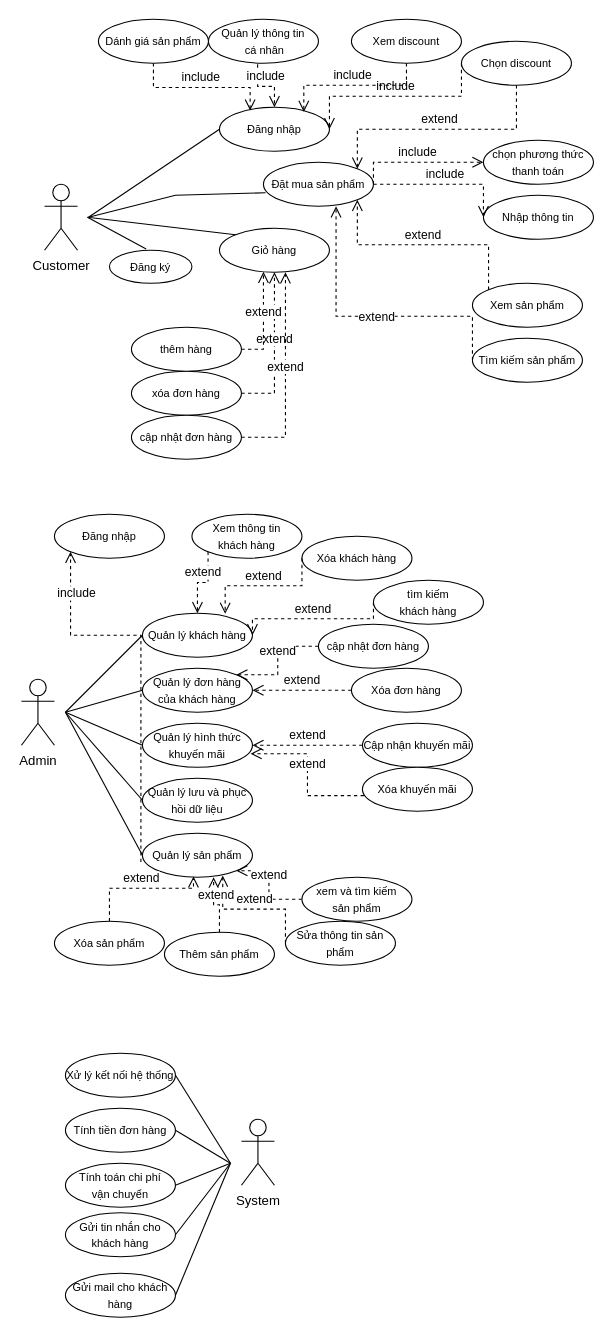
This is usecase.drawio from baotranvq/Final_Project, a draw.io file, before an edit. Source tidied: cells renumbered, new cells numbered last; positions are measured from the earlier drawing's top-left corner, leaving out a move shared by most shapes. Both pictures are drawn from the tidied source at 110%, with x=0, y=0 at pixel (21, 19).
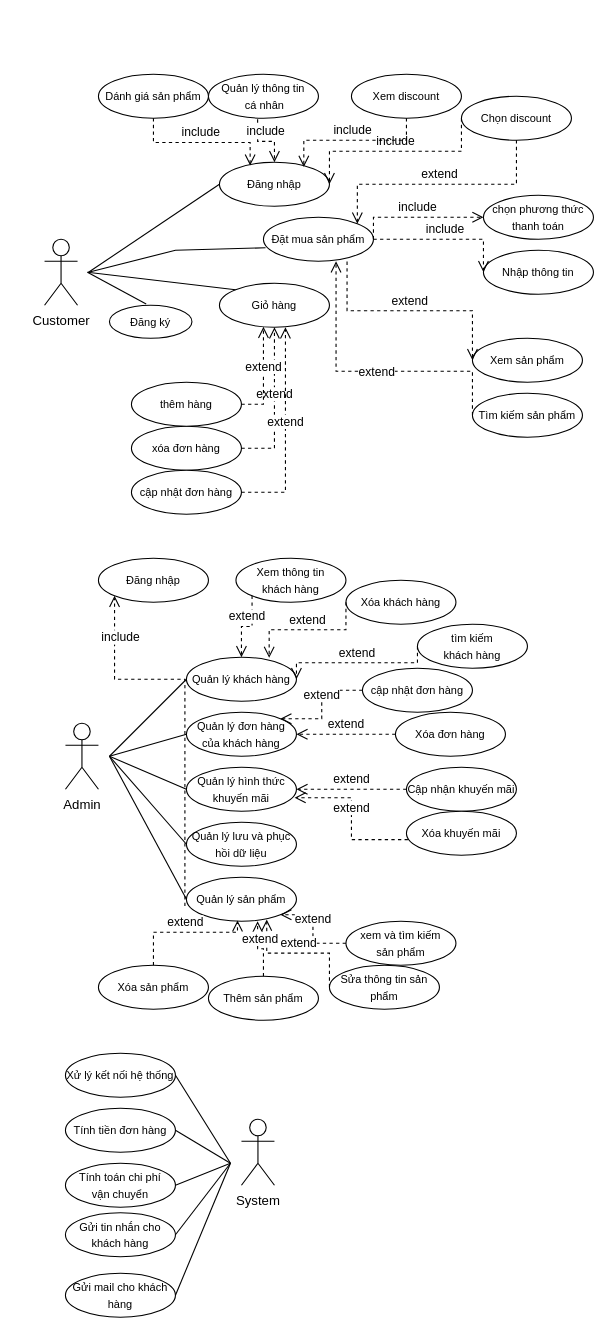
The same page after the edit.

What changed in the source:
```diff
@@
     <mxCell id="2" value="Customer" style="shape=umlActor;verticalLabelPosition=bottom;verticalAlign=top;html=1;" parent="1" vertex="1">
-      <mxGeometry x="21" y="150" width="30" height="60" as="geometry" />
+      <mxGeometry x="21" y="200" width="30" height="60" as="geometry" />
     </mxCell>
     <mxCell id="3" value="&lt;span style=&quot;font-size: 10px;&quot;&gt;Đăng ký&lt;/span&gt;" style="ellipse;whiteSpace=wrap;html=1;" parent="1" vertex="1">
-      <mxGeometry x="80" y="210" width="75" height="30" as="geometry" />
+      <mxGeometry x="80" y="260" width="75" height="30" as="geometry" />
     </mxCell>
     <mxCell id="4" value="&lt;span style=&quot;font-size: 10px;&quot;&gt;Thêm sản phẩm&lt;/span&gt;" style="ellipse;whiteSpace=wrap;html=1;" parent="1" vertex="1">
-      <mxGeometry x="130" y="830" width="100" height="40" as="geometry" />
+      <mxGeometry x="170" y="870" width="100" height="40" as="geometry" />
     </mxCell>
     <mxCell id="5" value="Admin" style="shape=umlActor;verticalLabelPosition=bottom;verticalAlign=top;html=1;" parent="1" vertex="1">
-      <mxGeometry y="600" width="30" height="60" as="geometry" />
+      <mxGeometry x="40" y="640" width="30" height="60" as="geometry" />
     </mxCell>
@@
     <mxCell id="7" value="&lt;font style=&quot;font-size: 10px;&quot;&gt;Quản lý khách hàng&lt;/font&gt;" style="ellipse;whiteSpace=wrap;html=1;" parent="1" vertex="1">
-      <mxGeometry x="110" y="540" width="100" height="40" as="geometry" />
+      <mxGeometry x="150" y="580" width="100" height="40" as="geometry" />
     </mxCell>
     <mxCell id="8" value="&lt;font style=&quot;font-size: 10px;&quot;&gt;Quản lý đơn hàng của khách hàng&lt;/font&gt;" style="ellipse;whiteSpace=wrap;html=1;" parent="1" vertex="1">
-      <mxGeometry x="110" y="590" width="100" height="40" as="geometry" />
+      <mxGeometry x="150" y="630" width="100" height="40" as="geometry" />
     </mxCell>
     <mxCell id="9" value="&lt;font style=&quot;font-size: 10px;&quot;&gt;Quản lý lưu và phục hồi dữ liệu&lt;/font&gt;" style="ellipse;whiteSpace=wrap;html=1;" parent="1" vertex="1">
-      <mxGeometry x="110" y="690" width="100" height="40" as="geometry" />
+      <mxGeometry x="150" y="730" width="100" height="40" as="geometry" />
     </mxCell>
     <mxCell id="10" value="&lt;font style=&quot;font-size: 10px;&quot;&gt;Quản lý hình thức khuyến mãi&lt;/font&gt;" style="ellipse;whiteSpace=wrap;html=1;" parent="1" vertex="1">
-      <mxGeometry x="110" y="640" width="100" height="40" as="geometry" />
+      <mxGeometry x="150" y="680" width="100" height="40" as="geometry" />
     </mxCell>
     <mxCell id="11" value="&lt;font style=&quot;font-size: 10px;&quot;&gt;Quản lý sản phẩm&lt;/font&gt;" style="ellipse;whiteSpace=wrap;html=1;" parent="1" vertex="1">
-      <mxGeometry x="110" y="740" width="100" height="40" as="geometry" />
+      <mxGeometry x="150" y="780" width="100" height="40" as="geometry" />
     </mxCell>
     <mxCell id="12" style="endArrow=none;html=1;rounded=0;entryX=0;entryY=0.5;entryDx=0;entryDy=0;" parent="1" edge="1" target="7">
       <mxGeometry relative="1" as="geometry">
-        <mxPoint x="40" y="630" as="sourcePoint" />
+        <mxPoint x="80" y="670" as="sourcePoint" />
       </mxGeometry>
     </mxCell>
     <mxCell id="13" style="endArrow=none;html=1;rounded=0;entryX=0;entryY=0.5;entryDx=0;entryDy=0;" parent="1" edge="1" target="8">
       <mxGeometry relative="1" as="geometry">
-        <mxPoint x="40" y="630" as="sourcePoint" />
+        <mxPoint x="80" y="670" as="sourcePoint" />
       </mxGeometry>
     </mxCell>
     <mxCell id="14" style="endArrow=none;html=1;rounded=0;entryX=0;entryY=0.5;entryDx=0;entryDy=0;" parent="1" edge="1" target="10">
       <mxGeometry relative="1" as="geometry">
-        <mxPoint x="40" y="630" as="sourcePoint" />
+        <mxPoint x="80" y="670" as="sourcePoint" />
       </mxGeometry>
     </mxCell>
     <mxCell id="15" style="endArrow=none;html=1;rounded=0;entryX=0;entryY=0.5;entryDx=0;entryDy=0;" parent="1" edge="1" target="9">
       <mxGeometry relative="1" as="geometry">
-        <mxPoint x="40" y="630" as="sourcePoint" />
+        <mxPoint x="80" y="670" as="sourcePoint" />
       </mxGeometry>
     </mxCell>
     <mxCell id="16" style="endArrow=none;html=1;rounded=0;entryX=0;entryY=0.5;entryDx=0;entryDy=0;" parent="1" edge="1" target="11">
       <mxGeometry relative="1" as="geometry">
-        <mxPoint x="40" y="630" as="sourcePoint" />
+        <mxPoint x="80" y="670" as="sourcePoint" />
       </mxGeometry>
     </mxCell>
@@
     <mxCell id="27" value="&lt;span style=&quot;font-size: 10px;&quot;&gt;Đặt mua sản phẩm&lt;/span&gt;" style="ellipse;whiteSpace=wrap;html=1;" parent="1" vertex="1">
-      <mxGeometry x="220" y="130" width="100" height="40" as="geometry" />
+      <mxGeometry x="220" y="180" width="100" height="40" as="geometry" />
     </mxCell>
     <mxCell id="28" value="&lt;span style=&quot;font-size: 10px;&quot;&gt;Xem sản phẩm&lt;/span&gt;" style="ellipse;whiteSpace=wrap;html=1;" parent="1" vertex="1">
-      <mxGeometry x="410" y="240" width="100" height="40" as="geometry" />
+      <mxGeometry x="410" y="290" width="100" height="40" as="geometry" />
     </mxCell>
     <mxCell id="29" value="&lt;span style=&quot;font-size: 10px;&quot;&gt;Tìm kiếm sản phẩm&lt;/span&gt;" style="ellipse;whiteSpace=wrap;html=1;" parent="1" vertex="1">
-      <mxGeometry x="410" y="290" width="100" height="40" as="geometry" />
+      <mxGeometry x="410" y="340" width="100" height="40" as="geometry" />
     </mxCell>
     <mxCell id="30" value="&lt;span style=&quot;font-size: 10px;&quot;&gt;Giỏ hàng&lt;/span&gt;" style="ellipse;whiteSpace=wrap;html=1;" parent="1" vertex="1">
-      <mxGeometry x="180" y="190" width="100" height="40" as="geometry" />
+      <mxGeometry x="180" y="240" width="100" height="40" as="geometry" />
     </mxCell>
     <mxCell id="31" value="extend" style="html=1;verticalAlign=bottom;endArrow=open;dashed=1;endSize=8;edgeStyle=elbowEdgeStyle;elbow=vertical;curved=0;rounded=0;exitX=0;exitY=0.5;exitDx=0;exitDy=0;" parent="1" edge="1" source="29">
       <mxGeometry x="-0.04" y="10" relative="1" as="geometry">
-        <mxPoint x="286" y="170" as="targetPoint" />
+        <mxPoint x="286" y="220" as="targetPoint" />
         <Array as="points">
-          <mxPoint x="370" y="270" />
-          <mxPoint x="360" y="270" />
-          <mxPoint x="400" y="260" />
-          <mxPoint x="320" y="230" />
+          <mxPoint x="360" y="320" />
+          <mxPoint x="400" y="310" />
+          <mxPoint x="320" y="280" />
         </Array>
       </mxGeometry>
     </mxCell>
     <mxCell id="32" value="&lt;span style=&quot;font-size: 10px;&quot;&gt;xóa đơn hàng&lt;/span&gt;" style="ellipse;whiteSpace=wrap;html=1;" parent="1" vertex="1">
-      <mxGeometry x="100" y="320" width="100" height="40" as="geometry" />
+      <mxGeometry x="100" y="370" width="100" height="40" as="geometry" />
     </mxCell>
     <mxCell id="33" value="&lt;span style=&quot;font-size: 10px;&quot;&gt;cập nhật đơn hàng&lt;/span&gt;" style="ellipse;whiteSpace=wrap;html=1;" parent="1" vertex="1">
-      <mxGeometry x="100" y="360" width="100" height="40" as="geometry" />
+      <mxGeometry x="100" y="410" width="100" height="40" as="geometry" />
     </mxCell>
     <mxCell id="34" value="extend" style="html=1;verticalAlign=bottom;endArrow=open;dashed=1;endSize=8;edgeStyle=elbowEdgeStyle;elbow=vertical;curved=0;rounded=0;exitX=1;exitY=0.5;exitDx=0;exitDy=0;entryX=0.5;entryY=1;entryDx=0;entryDy=0;" parent="1" edge="1" source="32" target="30">
       <mxGeometry relative="1" as="geometry">
         <Array as="points">
-          <mxPoint x="240" y="340" />
+          <mxPoint x="240" y="390" />
         </Array>
       </mxGeometry>
     </mxCell>
     <mxCell id="35" value="extend" style="html=1;verticalAlign=bottom;endArrow=open;dashed=1;endSize=8;edgeStyle=elbowEdgeStyle;elbow=vertical;curved=0;rounded=0;exitX=1;exitY=0.5;exitDx=0;exitDy=0;" parent="1" edge="1" source="33">
       <mxGeometry relative="1" as="geometry">
-        <mxPoint x="240" y="230" as="targetPoint" />
+        <mxPoint x="240" y="280" as="targetPoint" />
         <Array as="points">
-          <mxPoint x="250" y="380" />
+          <mxPoint x="250" y="430" />
         </Array>
       </mxGeometry>
     </mxCell>
     <mxCell id="36" value="&lt;span style=&quot;font-size: 10px;&quot;&gt;Đăng nhập&lt;/span&gt;" style="ellipse;whiteSpace=wrap;html=1;" parent="1" vertex="1">
-      <mxGeometry x="180" y="80" width="100" height="40" as="geometry" />
+      <mxGeometry x="180" y="130" width="100" height="40" as="geometry" />
     </mxCell>
     <mxCell id="37" style="endArrow=none;html=1;rounded=0;entryX=0;entryY=0.5;entryDx=0;entryDy=0;" parent="1" edge="1" target="36">
       <mxGeometry relative="1" as="geometry">
-        <mxPoint x="61" y="180" as="sourcePoint" />
+        <mxPoint x="61" y="230" as="sourcePoint" />
       </mxGeometry>
     </mxCell>
     <mxCell id="38" style="endArrow=none;html=1;rounded=0;entryX=0.019;entryY=0.694;entryDx=0;entryDy=0;entryPerimeter=0;" parent="1" edge="1" target="27">
       <mxGeometry relative="1" as="geometry">
-        <mxPoint x="61" y="180" as="sourcePoint" />
+        <mxPoint x="61" y="230" as="sourcePoint" />
         <Array as="points">
-          <mxPoint x="140" y="160" />
+          <mxPoint x="140" y="210" />
         </Array>
       </mxGeometry>
     </mxCell>
     <mxCell id="39" value="&lt;span style=&quot;font-size: 10px;&quot;&gt;chọn phương thức thanh toán&lt;/span&gt;" style="ellipse;whiteSpace=wrap;html=1;" parent="1" vertex="1">
-      <mxGeometry x="420" y="110" width="100" height="40" as="geometry" />
+      <mxGeometry x="420" y="160" width="100" height="40" as="geometry" />
     </mxCell>
     <mxCell id="40" value="include" style="html=1;verticalAlign=bottom;endArrow=open;dashed=1;endSize=8;edgeStyle=elbowEdgeStyle;elbow=vertical;curved=0;rounded=0;exitX=1;exitY=0.5;exitDx=0;exitDy=0;entryX=0;entryY=0.5;entryDx=0;entryDy=0;" parent="1" edge="1" source="27" target="39">
       <mxGeometry relative="1" as="geometry">
         <Array as="points">
-          <mxPoint x="350" y="130" />
+          <mxPoint x="350" y="180" />
         </Array>
       </mxGeometry>
     </mxCell>
@@
     <mxCell id="42" value="&lt;span style=&quot;font-size: 10px;&quot;&gt;Xem discount&lt;/span&gt;" style="ellipse;whiteSpace=wrap;html=1;" parent="1" vertex="1">
-      <mxGeometry x="300" width="100" height="40" as="geometry" />
+      <mxGeometry x="300" y="50" width="100" height="40" as="geometry" />
     </mxCell>
     <mxCell id="43" style="endArrow=none;html=1;rounded=0;exitX=0.445;exitY=-0.039;exitDx=0;exitDy=0;exitPerimeter=0;" parent="1" edge="1" source="3">
       <mxGeometry relative="1" as="geometry">
-        <mxPoint x="60" y="180" as="targetPoint" />
+        <mxPoint x="60" y="230" as="targetPoint" />
       </mxGeometry>
     </mxCell>
     <mxCell id="44" value="&lt;span style=&quot;font-size: 10px;&quot;&gt;Sửa thông tin sản phẩm&lt;/span&gt;" style="ellipse;whiteSpace=wrap;html=1;" parent="1" vertex="1">
-      <mxGeometry x="240" y="820" width="100" height="40" as="geometry" />
+      <mxGeometry x="280" y="860" width="100" height="40" as="geometry" />
     </mxCell>
     <mxCell id="45" value="&lt;span style=&quot;font-size: 10px;&quot;&gt;Xóa sản phẩm&lt;/span&gt;" style="ellipse;whiteSpace=wrap;html=1;" parent="1" vertex="1">
-      <mxGeometry x="30" y="820" width="100" height="40" as="geometry" />
+      <mxGeometry x="70" y="860" width="100" height="40" as="geometry" />
     </mxCell>
     <mxCell id="46" value="&lt;span style=&quot;font-size: 10px;&quot;&gt;xem và tìm kiếm &lt;br&gt;sản phẩm&lt;/span&gt;" style="ellipse;whiteSpace=wrap;html=1;" parent="1" vertex="1">
-      <mxGeometry x="255" y="780" width="100" height="40" as="geometry" />
+      <mxGeometry x="295" y="820" width="100" height="40" as="geometry" />
     </mxCell>
@@
     <mxCell id="50" value="extend" style="html=1;verticalAlign=bottom;endArrow=open;dashed=1;endSize=8;edgeStyle=elbowEdgeStyle;elbow=vertical;curved=0;rounded=0;exitX=0.5;exitY=0;exitDx=0;exitDy=0;entryX=0.464;entryY=0.981;entryDx=0;entryDy=0;entryPerimeter=0;" parent="1" edge="1" source="45" target="11">
       <mxGeometry relative="1" as="geometry">
         <Array as="points">
-          <mxPoint x="70" y="790" />
+          <mxPoint x="110" y="830" />
         </Array>
       </mxGeometry>
     </mxCell>
     <mxCell id="51" value="&lt;span style=&quot;font-size: 10px;&quot;&gt;Xem thông tin &lt;br&gt;khách hàng&lt;br&gt;&lt;/span&gt;" style="ellipse;whiteSpace=wrap;html=1;" parent="1" vertex="1">
-      <mxGeometry x="155" y="450" width="100" height="40" as="geometry" />
+      <mxGeometry x="195" y="490" width="100" height="40" as="geometry" />
     </mxCell>
     <mxCell id="52" value="&lt;span style=&quot;font-size: 10px;&quot;&gt;Xóa khách hàng&lt;/span&gt;" style="ellipse;whiteSpace=wrap;html=1;" parent="1" vertex="1">
-      <mxGeometry x="255" y="470" width="100" height="40" as="geometry" />
+      <mxGeometry x="295" y="510" width="100" height="40" as="geometry" />
     </mxCell>
     <mxCell id="53" value="&lt;span style=&quot;font-size: 10px;&quot;&gt;tìm kiếm&lt;br&gt;khách hàng&lt;br&gt;&lt;/span&gt;" style="ellipse;whiteSpace=wrap;html=1;" parent="1" vertex="1">
-      <mxGeometry x="320" y="510" width="100" height="40" as="geometry" />
+      <mxGeometry x="360" y="550" width="100" height="40" as="geometry" />
     </mxCell>
@@
     <mxCell id="57" value="&lt;span style=&quot;font-size: 10px;&quot;&gt;cập nhật đơn hàng&lt;br&gt;&lt;/span&gt;" style="ellipse;whiteSpace=wrap;html=1;" parent="1" vertex="1">
-      <mxGeometry x="270" y="550" width="100" height="40" as="geometry" />
+      <mxGeometry x="310" y="590" width="100" height="40" as="geometry" />
     </mxCell>
     <mxCell id="58" value="&lt;span style=&quot;font-size: 10px;&quot;&gt;Xóa đơn hàng&lt;br&gt;&lt;/span&gt;" style="ellipse;whiteSpace=wrap;html=1;" parent="1" vertex="1">
-      <mxGeometry x="300" y="590" width="100" height="40" as="geometry" />
+      <mxGeometry x="340" y="630" width="100" height="40" as="geometry" />
     </mxCell>
@@
     <mxCell id="61" value="&lt;span style=&quot;font-size: 10px;&quot;&gt;Cập nhận khuyến mãi&lt;br&gt;&lt;/span&gt;" style="ellipse;whiteSpace=wrap;html=1;" parent="1" vertex="1">
-      <mxGeometry x="310" y="640" width="100" height="40" as="geometry" />
+      <mxGeometry x="350" y="680" width="100" height="40" as="geometry" />
     </mxCell>
     <mxCell id="62" value="&lt;span style=&quot;font-size: 10px;&quot;&gt;Xóa khuyến mãi&lt;br&gt;&lt;/span&gt;" style="ellipse;whiteSpace=wrap;html=1;" parent="1" vertex="1">
-      <mxGeometry x="310" y="680" width="100" height="40" as="geometry" />
+      <mxGeometry x="350" y="720" width="100" height="40" as="geometry" />
     </mxCell>
@@
     <mxCell id="65" value="&lt;span style=&quot;font-size: 10px;&quot;&gt;Đăng nhập&lt;br&gt;&lt;/span&gt;" style="ellipse;whiteSpace=wrap;html=1;" parent="1" vertex="1">
-      <mxGeometry x="30" y="450" width="100" height="40" as="geometry" />
+      <mxGeometry x="70" y="490" width="100" height="40" as="geometry" />
     </mxCell>
     <mxCell id="66" value="include" style="html=1;verticalAlign=bottom;endArrow=open;dashed=1;endSize=8;edgeStyle=elbowEdgeStyle;elbow=vertical;curved=0;rounded=0;entryX=0;entryY=1;entryDx=0;entryDy=0;exitX=-0.014;exitY=0.653;exitDx=0;exitDy=0;exitPerimeter=0;" parent="1" edge="1" source="11" target="65">
       <mxGeometry x="0.73" y="-5" relative="1" as="geometry">
         <Array as="points">
-          <mxPoint x="110" y="560" />
+          <mxPoint x="150" y="600" />
         </Array>
       </mxGeometry>
     </mxCell>
     <mxCell id="67" value="&lt;span style=&quot;font-size: 10px;&quot;&gt;Chọn discount&lt;/span&gt;" style="ellipse;whiteSpace=wrap;html=1;" parent="1" vertex="1">
-      <mxGeometry x="400" y="20" width="100" height="40" as="geometry" />
+      <mxGeometry x="400" y="70" width="100" height="40" as="geometry" />
     </mxCell>
@@
     <mxCell id="69" value="extend" style="html=1;verticalAlign=bottom;endArrow=open;dashed=1;endSize=8;edgeStyle=elbowEdgeStyle;elbow=vertical;curved=0;rounded=0;exitX=0.5;exitY=1;exitDx=0;exitDy=0;entryX=1;entryY=0;entryDx=0;entryDy=0;" parent="1" edge="1" source="67" target="27">
       <mxGeometry relative="1" as="geometry">
         <Array as="points">
-          <mxPoint x="430" y="100" />
+          <mxPoint x="430" y="150" />
         </Array>
       </mxGeometry>
     </mxCell>
     <mxCell id="70" value="&lt;span style=&quot;font-size: 10px;&quot;&gt;Nhập thông tin&lt;/span&gt;" style="ellipse;whiteSpace=wrap;html=1;" parent="1" vertex="1">
-      <mxGeometry x="420" y="160" width="100" height="40" as="geometry" />
+      <mxGeometry x="420" y="210" width="100" height="40" as="geometry" />
     </mxCell>
     <mxCell id="71" value="include" style="html=1;verticalAlign=bottom;endArrow=open;dashed=1;endSize=8;edgeStyle=elbowEdgeStyle;elbow=vertical;curved=0;rounded=0;exitX=1;exitY=0.5;exitDx=0;exitDy=0;entryX=0;entryY=0.5;entryDx=0;entryDy=0;" parent="1" edge="1" source="27" target="70">
       <mxGeometry relative="1" as="geometry">
         <Array as="points">
-          <mxPoint x="360" y="150" />
+          <mxPoint x="360" y="200" />
         </Array>
       </mxGeometry>
     </mxCell>
     <mxCell id="72" value="&lt;span style=&quot;font-size: 10px;&quot;&gt;Quản lý thông tin&lt;br&gt;&amp;nbsp;cá nhân&lt;/span&gt;" style="ellipse;whiteSpace=wrap;html=1;" parent="1" vertex="1">
-      <mxGeometry x="170" width="100" height="40" as="geometry" />
+      <mxGeometry x="170" y="50" width="100" height="40" as="geometry" />
     </mxCell>
     <mxCell id="73" value="&lt;span style=&quot;font-size: 10px;&quot;&gt;thêm hàng&lt;/span&gt;" style="ellipse;whiteSpace=wrap;html=1;" parent="1" vertex="1">
-      <mxGeometry x="100" y="280" width="100" height="40" as="geometry" />
+      <mxGeometry x="100" y="330" width="100" height="40" as="geometry" />
     </mxCell>
     <mxCell id="74" value="extend" style="html=1;verticalAlign=bottom;endArrow=open;dashed=1;endSize=8;edgeStyle=elbowEdgeStyle;elbow=vertical;curved=0;rounded=0;exitX=1;exitY=0.5;exitDx=0;exitDy=0;" parent="1" edge="1" source="73" target="30">
       <mxGeometry relative="1" as="geometry">
         <Array as="points">
-          <mxPoint x="220" y="300" />
+          <mxPoint x="220" y="350" />
         </Array>
       </mxGeometry>
     </mxCell>
     <mxCell id="75" value="&lt;span style=&quot;font-size: 10px;&quot;&gt;Dánh giá sản phẩm&lt;/span&gt;" style="ellipse;whiteSpace=wrap;html=1;" parent="1" vertex="1">
-      <mxGeometry x="70" width="100" height="40" as="geometry" />
+      <mxGeometry x="70" y="50" width="100" height="40" as="geometry" />
     </mxCell>
@@
     <mxCell id="77" value="include" style="html=1;verticalAlign=bottom;endArrow=open;dashed=1;endSize=8;edgeStyle=elbowEdgeStyle;elbow=vertical;curved=0;rounded=0;exitX=0.5;exitY=1;exitDx=0;exitDy=0;entryX=0.767;entryY=0.108;entryDx=0;entryDy=0;entryPerimeter=0;" parent="1" edge="1" source="42" target="36">
       <mxGeometry relative="1" as="geometry">
         <Array as="points">
-          <mxPoint x="300" y="60" />
+          <mxPoint x="300" y="110" />
         </Array>
       </mxGeometry>
     </mxCell>
     <mxCell id="78" style="endArrow=none;html=1;rounded=0;entryX=0;entryY=0;entryDx=0;entryDy=0;" parent="1" edge="1" target="30">
       <mxGeometry relative="1" as="geometry">
-        <mxPoint x="60" y="180" as="sourcePoint" />
+        <mxPoint x="60" y="230" as="sourcePoint" />
       </mxGeometry>
     </mxCell>
-    <mxCell id="79" value="extend" style="html=1;verticalAlign=bottom;endArrow=open;dashed=1;endSize=8;edgeStyle=elbowEdgeStyle;elbow=vertical;curved=0;rounded=0;entryX=1;entryY=1;entryDx=0;entryDy=0;exitX=0;exitY=0;exitDx=0;exitDy=0;" parent="1" edge="1" source="28" target="27">
+    <mxCell id="79" value="extend" style="html=1;verticalAlign=bottom;endArrow=open;dashed=1;endSize=8;edgeStyle=elbowEdgeStyle;elbow=vertical;curved=0;rounded=0;entryX=0;entryY=0.5;entryDx=0;entryDy=0;exitX=0.76;exitY=1.008;exitDx=0;exitDy=0;exitPerimeter=0;" parent="1" edge="1" source="27" target="28">
       <mxGeometry relative="1" as="geometry" />
     </mxCell>
```
